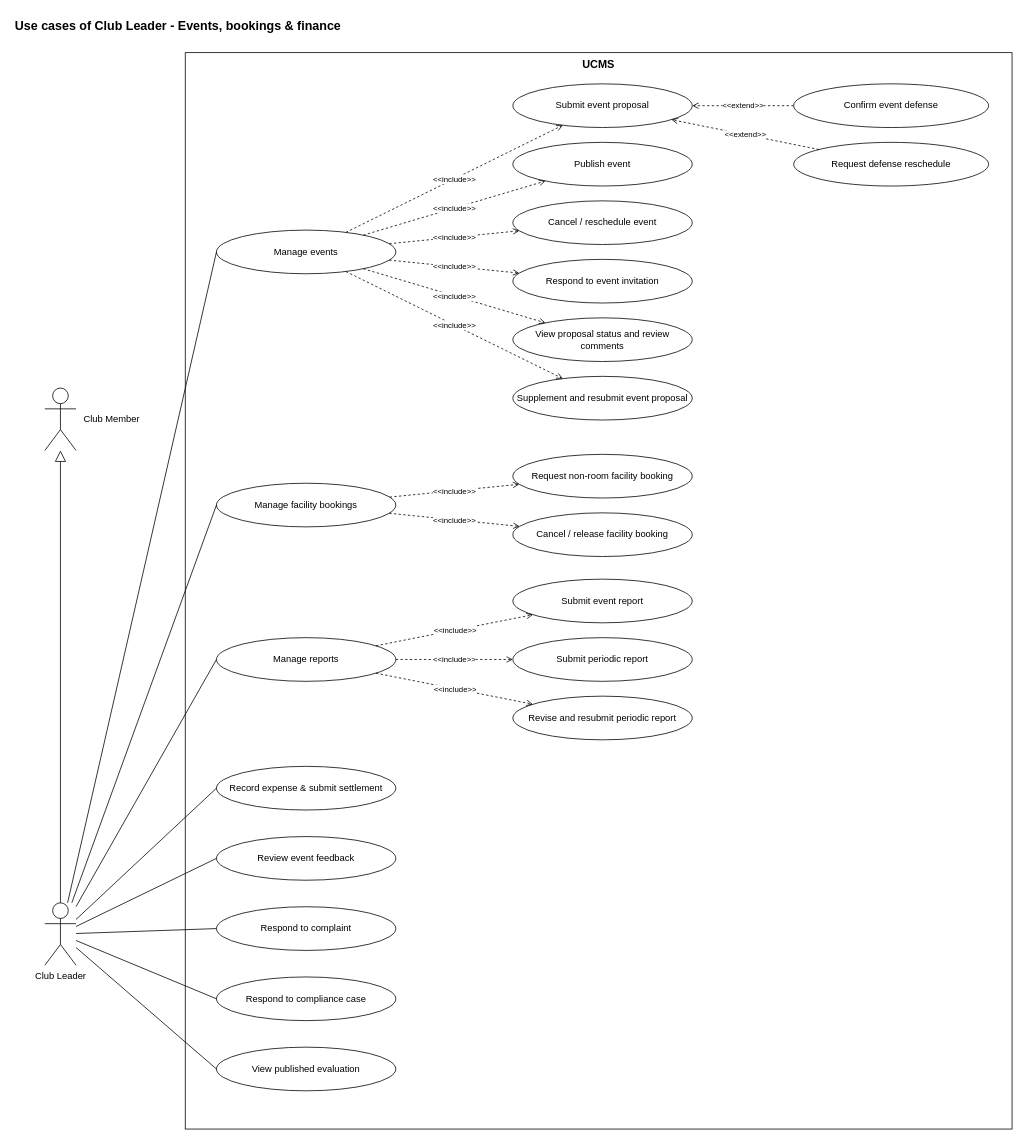
Earlier version of the draw.io diagram page "Club Leader - Events, bookings & finance" (6 of 9) of docs/03-diagrams/UCMS_UseCase_ByActor.drawio (nvdekay/ClubManagementSystem). Source tidied: cells renumbered, new cells numbered last; positions are measured from the earlier drawing's top-left corner, leaving out a move shared by most shapes. Both pictures are drawn from the tidied source at 78%, with x=0, y=0 at pixel (13, 13).
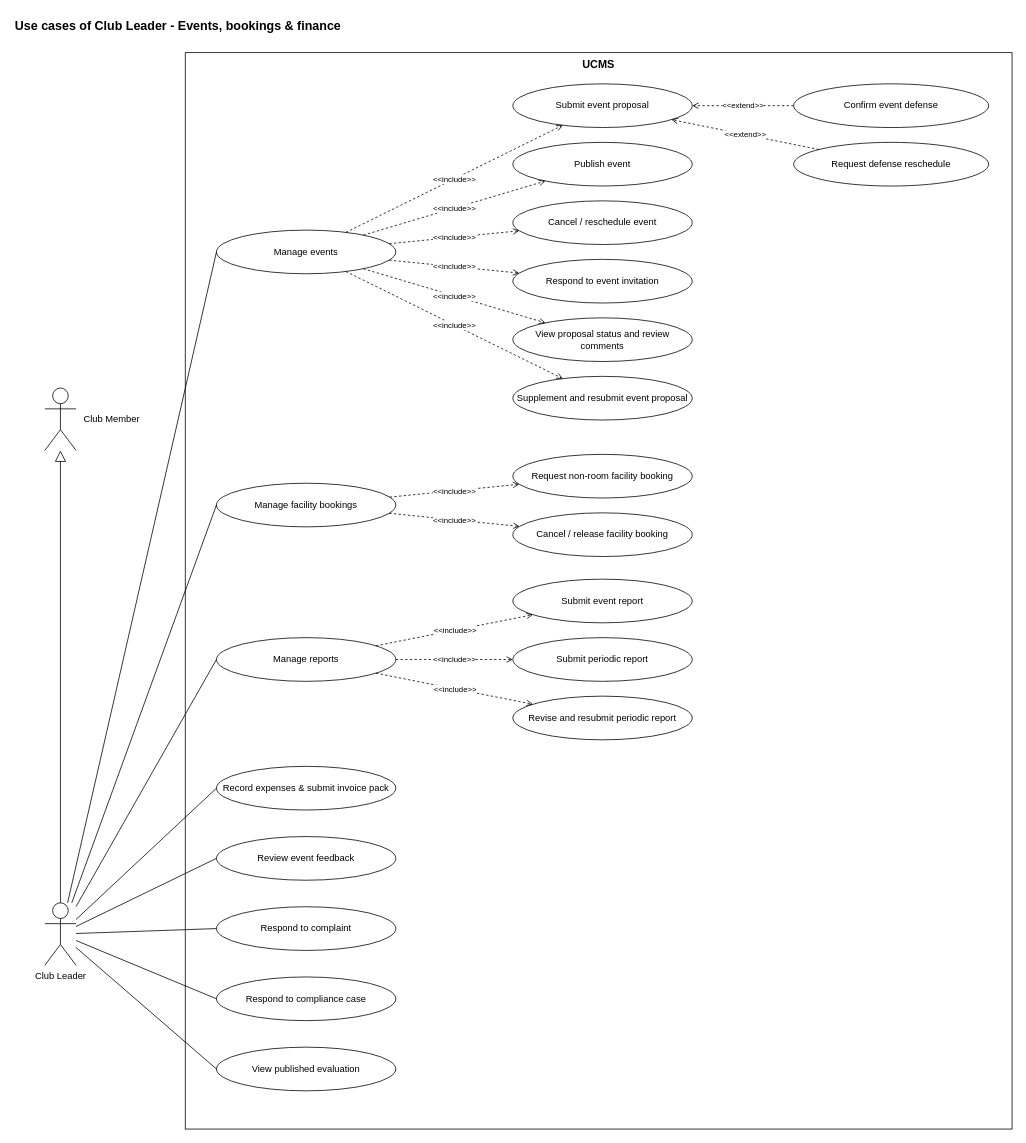
Above is the later version.

Change to the diagram source:
```diff
@@
-    <mxCell id="39" value="Record expense &amp; submit settlement" style="ellipse;whiteSpace=wrap;html=1;fillColor=#ffffff;strokeColor=#000000;fontSize=12;" parent="1" vertex="1">
+    <mxCell id="39" value="Record expenses &amp; submit invoice pack" style="ellipse;whiteSpace=wrap;html=1;fillColor=#ffffff;strokeColor=#000000;fontSize=12;" parent="1" vertex="1">
       <mxGeometry x="260" y="965" width="230" height="56" as="geometry" />
     </mxCell>
```
